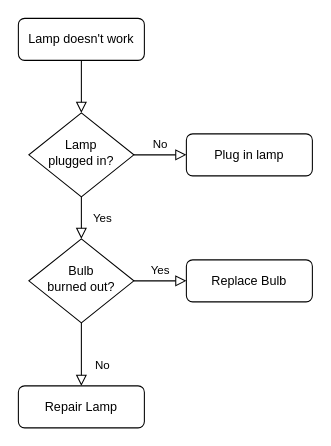
Before: src/Untitled Diagram.drawio in DevWeb13/GiulianoLoic_11_07022022, a draw.io diagram. Source tidied: cells renumbered, new cells numbered last; positions are measured from the earlier drawing's top-left corner, leaving out a move shared by most shapes. Both pictures are drawn from the tidied source at 105%, with x=0, y=0 at pixel (18, 18).
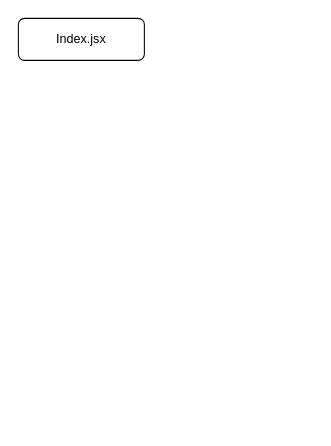
The same diagram, later.

Diff of the diagram source:
```diff
@@
 <mxGraphModel>
   <root>
     <mxCell id="0" />
     <mxCell id="1" parent="0" />
-    <mxCell id="2" style="rounded=0;html=1;jettySize=auto;fontSize=11;endArrow=block;endFill=0;endSize=8;strokeWidth=1;shadow=0;labelBackgroundColor=none;edgeStyle=orthogonalEdgeStyle;" parent="1" edge="1" source="3" target="6">
-      <mxGeometry relative="1" as="geometry" />
-    </mxCell>
-    <mxCell id="3" value="Lamp doesn't work" style="rounded=1;whiteSpace=wrap;html=1;fontSize=12;glass=0;strokeWidth=1;shadow=0;" parent="1" vertex="1">
+    <mxCell id="3" value="Index.jsx" style="rounded=1;whiteSpace=wrap;html=1;fontSize=12;glass=0;strokeWidth=1;shadow=0;" parent="1" vertex="1">
       <mxGeometry width="120" height="40" as="geometry" />
     </mxCell>
-    <mxCell id="4" value="Yes" style="rounded=0;html=1;jettySize=auto;fontSize=11;endArrow=block;endFill=0;endSize=8;strokeWidth=1;shadow=0;labelBackgroundColor=none;edgeStyle=orthogonalEdgeStyle;" parent="1" edge="1" source="6" target="10">
-      <mxGeometry y="20" relative="1" as="geometry" />
-    </mxCell>
-    <mxCell id="5" value="No" style="edgeStyle=orthogonalEdgeStyle;rounded=0;html=1;jettySize=auto;fontSize=11;endArrow=block;endFill=0;endSize=8;strokeWidth=1;shadow=0;labelBackgroundColor=none;" parent="1" edge="1" source="6" target="7">
-      <mxGeometry y="10" relative="1" as="geometry" />
-    </mxCell>
-    <mxCell id="6" value="Lamp&lt;br&gt;plugged in?" style="rhombus;whiteSpace=wrap;html=1;shadow=0;fontFamily=Helvetica;fontSize=12;align=center;strokeWidth=1;spacing=6;spacingTop=-4;" parent="1" vertex="1">
-      <mxGeometry x="10" y="90" width="100" height="80" as="geometry" />
-    </mxCell>
-    <mxCell id="7" value="Plug in lamp" style="rounded=1;whiteSpace=wrap;html=1;fontSize=12;glass=0;strokeWidth=1;shadow=0;" parent="1" vertex="1">
-      <mxGeometry x="160" y="110" width="120" height="40" as="geometry" />
-    </mxCell>
-    <mxCell id="8" value="No" style="rounded=0;html=1;jettySize=auto;fontSize=11;endArrow=block;endFill=0;endSize=8;strokeWidth=1;shadow=0;labelBackgroundColor=none;edgeStyle=orthogonalEdgeStyle;" parent="1" edge="1" source="10" target="11">
-      <mxGeometry x="0.33" y="20" relative="1" as="geometry" />
-    </mxCell>
-    <mxCell id="9" value="Yes" style="edgeStyle=orthogonalEdgeStyle;rounded=0;html=1;jettySize=auto;fontSize=11;endArrow=block;endFill=0;endSize=8;strokeWidth=1;shadow=0;labelBackgroundColor=none;" parent="1" edge="1" source="10" target="12">
-      <mxGeometry y="10" relative="1" as="geometry" />
-    </mxCell>
-    <mxCell id="10" value="Bulb&lt;br&gt;burned out?" style="rhombus;whiteSpace=wrap;html=1;shadow=0;fontFamily=Helvetica;fontSize=12;align=center;strokeWidth=1;spacing=6;spacingTop=-4;" parent="1" vertex="1">
-      <mxGeometry x="10" y="210" width="100" height="80" as="geometry" />
-    </mxCell>
-    <mxCell id="11" value="Repair Lamp" style="rounded=1;whiteSpace=wrap;html=1;fontSize=12;glass=0;strokeWidth=1;shadow=0;" parent="1" vertex="1">
-      <mxGeometry y="350" width="120" height="40" as="geometry" />
-    </mxCell>
-    <mxCell id="12" value="Replace Bulb" style="rounded=1;whiteSpace=wrap;html=1;fontSize=12;glass=0;strokeWidth=1;shadow=0;" parent="1" vertex="1">
-      <mxGeometry x="160" y="230" width="120" height="40" as="geometry" />
-    </mxCell>
   </root>
 </mxGraphModel>
```
